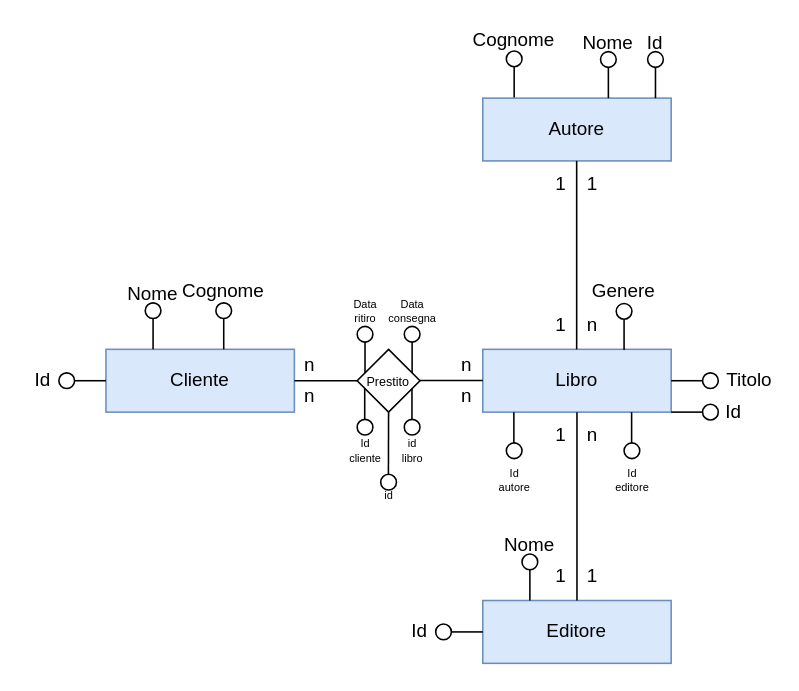
lucgalIET/Esercitazione2A keeps this draw.io diagram as Diagramma_ER.drawio. Above is the earlier version. Source tidied: cells renumbered, new cells numbered last; positions are measured from the earlier drawing's top-left corner, leaving out a move shared by most shapes. Both pictures are drawn from the tidied source at 157%, with x=0, y=0 at pixel (27, 27).
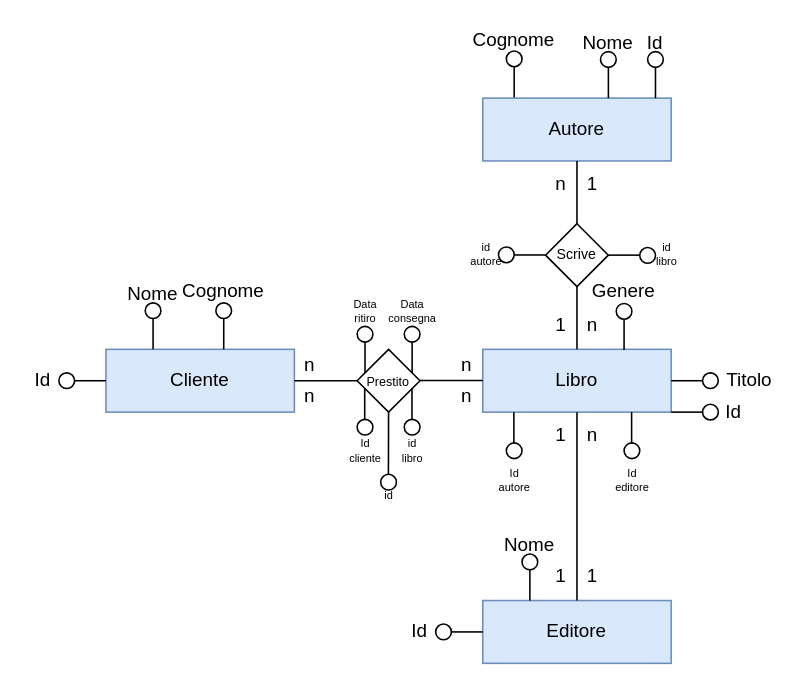
After the change.

Commit message (it also covers changes not shown here):
Bug fix e diagramma

Unchanged cells that the change refers to:
```xml
<mxCell id="3" value="Autore" style="whiteSpace=wrap;html=1;align=center;fillColor=#dae8fc;strokeColor=#6c8ebf;" parent="1" vertex="1">
  <mxGeometry x="290" y="45" width="120" height="40" as="geometry" />
</mxCell>
```

Change to the diagram source:
```diff
@@
-    <mxCell id="7" style="endArrow=none;html=1;rounded=0;entryX=0.5;entryY=1;entryDx=0;entryDy=0;" parent="1" edge="1">
-      <mxGeometry relative="1" as="geometry">
-        <mxPoint x="349.8" y="205" as="sourcePoint" />
-        <mxPoint x="349.8" y="85" as="targetPoint" />
-      </mxGeometry>
+    <mxCell id="7" style="endArrow=none;html=1;rounded=0;entryX=0.5;entryY=1;entryDx=0;entryDy=0;exitX=0.5;exitY=0;exitDx=0;exitDy=0;" parent="1" edge="1" source="77" target="3">
+      <mxGeometry relative="1" as="geometry" />
     </mxCell>
@@
-    <mxCell id="44" value="1" style="text;html=1;strokeColor=none;fillColor=none;align=center;verticalAlign=middle;whiteSpace=wrap;rounded=0;" parent="1" vertex="1">
+    <mxCell id="44" value="n" style="text;html=1;strokeColor=none;fillColor=none;align=center;verticalAlign=middle;whiteSpace=wrap;rounded=0;" parent="1" vertex="1">
       <mxGeometry x="330" y="95" width="20" height="10" as="geometry" />
     </mxCell>
@@
+    <mxCell id="77" style="rhombus;whiteSpace=wrap;html=1;" parent="1" vertex="1">
+      <mxGeometry x="330" y="125" width="40" height="40" as="geometry" />
+    </mxCell>
+    <mxCell id="78" style="endArrow=none;html=1;rounded=0;entryX=0.5;entryY=1;entryDx=0;entryDy=0;exitX=0.5;exitY=0;exitDx=0;exitDy=0;" parent="1" edge="1">
+      <mxGeometry relative="1" as="geometry">
+        <mxPoint x="350" y="205" as="sourcePoint" />
+        <mxPoint x="350" y="165" as="targetPoint" />
+      </mxGeometry>
+    </mxCell>
+    <mxCell id="79" value="Scrive" style="text;html=1;strokeColor=none;fillColor=none;align=center;verticalAlign=middle;whiteSpace=wrap;rounded=0;fontSize=9;" parent="1" vertex="1">
+      <mxGeometry x="340" y="137.5" width="20" height="15" as="geometry" />
+    </mxCell>
+    <mxCell id="80" style="endArrow=none;html=1;rounded=0;" parent="1" edge="1">
+      <mxGeometry relative="1" as="geometry">
+        <mxPoint x="370" y="145" as="sourcePoint" />
+        <mxPoint x="390" y="145" as="targetPoint" />
+      </mxGeometry>
+    </mxCell>
+    <mxCell id="81" style="endArrow=none;html=1;rounded=0;" parent="1" edge="1">
+      <mxGeometry relative="1" as="geometry">
+        <mxPoint x="310" y="144.9" as="sourcePoint" />
+        <mxPoint x="330" y="144.9" as="targetPoint" />
+      </mxGeometry>
+    </mxCell>
+    <mxCell id="82" value="id libro" style="text;html=1;strokeColor=none;fillColor=none;align=center;verticalAlign=middle;whiteSpace=wrap;rounded=0;fontSize=7;" parent="1" vertex="1">
+      <mxGeometry x="400" y="139.8" width="15" height="9.6" as="geometry" />
+    </mxCell>
+    <mxCell id="83" value="id autore" style="text;html=1;strokeColor=none;fillColor=none;align=center;verticalAlign=middle;whiteSpace=wrap;rounded=0;fontSize=7;" parent="1" vertex="1">
+      <mxGeometry x="285" y="140.6" width="15" height="9.6" as="geometry" />
+    </mxCell>
+    <mxCell id="84" style="ellipse;whiteSpace=wrap;html=1;" parent="1" vertex="1">
+      <mxGeometry x="300" y="139.8" width="10" height="10" as="geometry" />
+    </mxCell>
+    <mxCell id="85" style="ellipse;whiteSpace=wrap;html=1;" parent="1" vertex="1">
+      <mxGeometry x="390" y="140.2" width="10" height="10" as="geometry" />
+    </mxCell>
```
